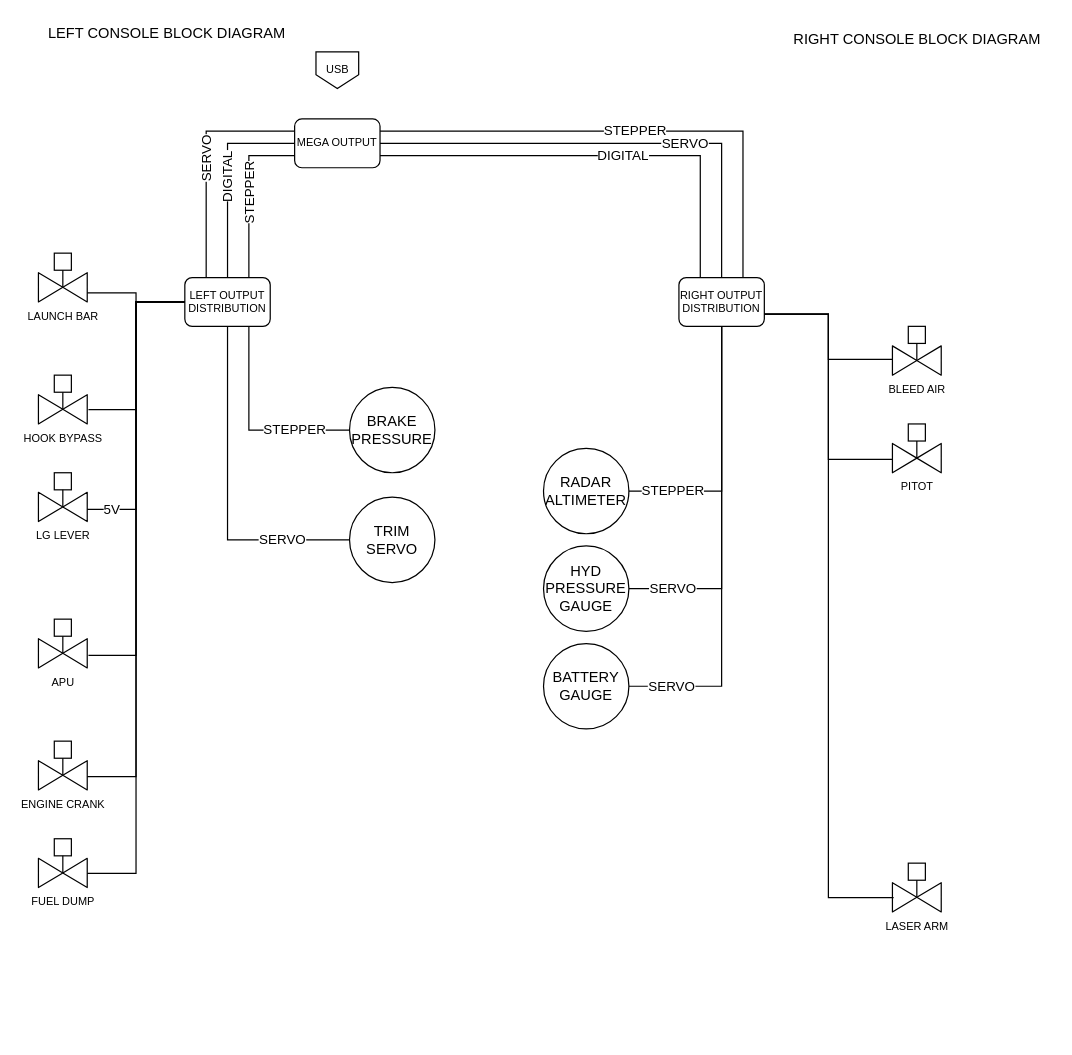
This is page "BLOCK DIAGRAM" (6 of 8) of Hornet Documentation/Hornet High-Level Connectivity .drawio from bnepethomas/bne-arduino-flight-simulator-interfaces, a draw.io file, before an edit. Source tidied: cells renumbered, new cells numbered last; positions are measured from the earlier drawing's top-left corner, leaving out a move shared by most shapes. Both pictures are drawn from the tidied source at 122%, with x=0, y=0 at pixel (38, 21).
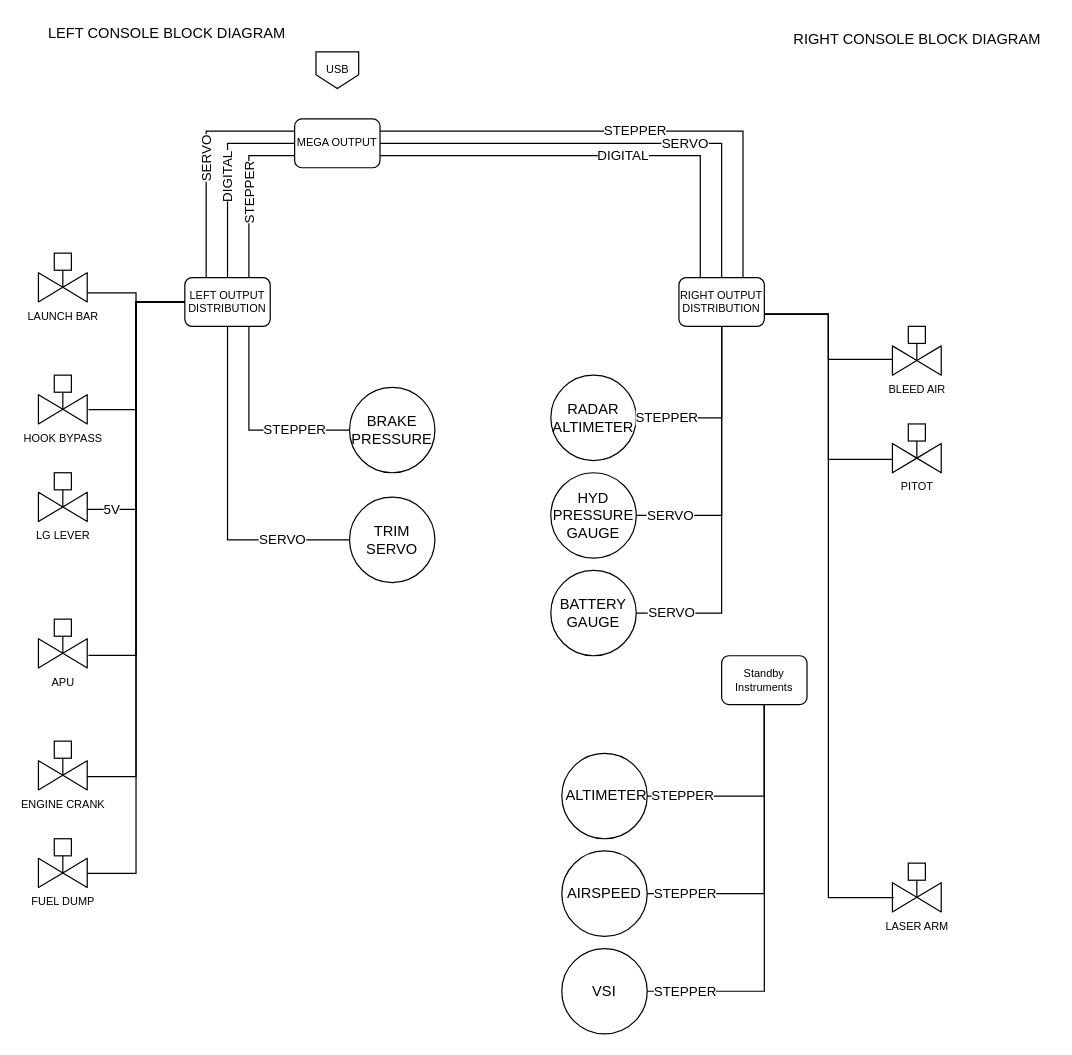
Above is the later version.

The edit, as a diff of the source:
```diff
@@
     <mxCell id="16" value="RADAR ALTIMETER" style="ellipse;whiteSpace=wrap;html=1;" parent="1" vertex="1">
-      <mxGeometry x="414" y="350" width="70" height="70" as="geometry" />
+      <mxGeometry x="420" y="290" width="70" height="70" as="geometry" />
     </mxCell>
     <mxCell id="17" value="HYD PRESSURE&lt;br&gt;GAUGE" style="ellipse;whiteSpace=wrap;html=1;" parent="1" vertex="1">
-      <mxGeometry x="414" y="430" width="70" height="70" as="geometry" />
+      <mxGeometry x="420" y="370" width="70" height="70" as="geometry" />
     </mxCell>
     <mxCell id="18" value="BATTERY GAUGE" style="ellipse;whiteSpace=wrap;html=1;" parent="1" vertex="1">
-      <mxGeometry x="414" y="510" width="70" height="70" as="geometry" />
+      <mxGeometry x="420" y="450" width="70" height="70" as="geometry" />
     </mxCell>
@@
+    <mxCell id="42" value="&amp;nbsp;ALTIMETER" style="ellipse;whiteSpace=wrap;html=1;" parent="1" vertex="1">
+      <mxGeometry x="429" y="600" width="70" height="70" as="geometry" />
+    </mxCell>
+    <mxCell id="43" value="AIRSPEED" style="ellipse;whiteSpace=wrap;html=1;" parent="1" vertex="1">
+      <mxGeometry x="429" y="680" width="70" height="70" as="geometry" />
+    </mxCell>
+    <mxCell id="44" value="VSI" style="ellipse;whiteSpace=wrap;html=1;" parent="1" vertex="1">
+      <mxGeometry x="429" y="760" width="70" height="70" as="geometry" />
+    </mxCell>
+    <mxCell id="45" value="Standby&lt;br&gt;Instruments" style="rounded=1;whiteSpace=wrap;html=1;fontSize=9;" parent="1" vertex="1">
+      <mxGeometry x="560" y="520" width="70" height="40" as="geometry" />
+    </mxCell>
+    <mxCell id="46" value="STEPPER" style="edgeStyle=orthogonalEdgeStyle;rounded=0;jettySize=auto;html=1;endArrow=none;endFill=0;entryX=1;entryY=0.5;entryDx=0;entryDy=0;exitX=0.5;exitY=1;exitDx=0;exitDy=0;" parent="1" edge="1" source="45" target="42">
+      <mxGeometry x="0.66" relative="1" as="geometry" />
+    </mxCell>
+    <mxCell id="47" value="STEPPER" style="edgeStyle=orthogonalEdgeStyle;rounded=0;jettySize=auto;html=1;endArrow=none;endFill=0;entryX=1;entryY=0.5;entryDx=0;entryDy=0;exitX=0.5;exitY=1;exitDx=0;exitDy=0;" parent="1" edge="1" source="45" target="43">
+      <mxGeometry x="0.75" relative="1" as="geometry" />
+    </mxCell>
+    <mxCell id="48" value="STEPPER" style="edgeStyle=orthogonalEdgeStyle;rounded=0;jettySize=auto;html=1;endArrow=none;endFill=0;entryX=1;entryY=0.5;entryDx=0;entryDy=0;exitX=0.5;exitY=1;exitDx=0;exitDy=0;" parent="1" edge="1" source="45" target="44">
+      <mxGeometry x="0.81" relative="1" as="geometry" />
+    </mxCell>
```
